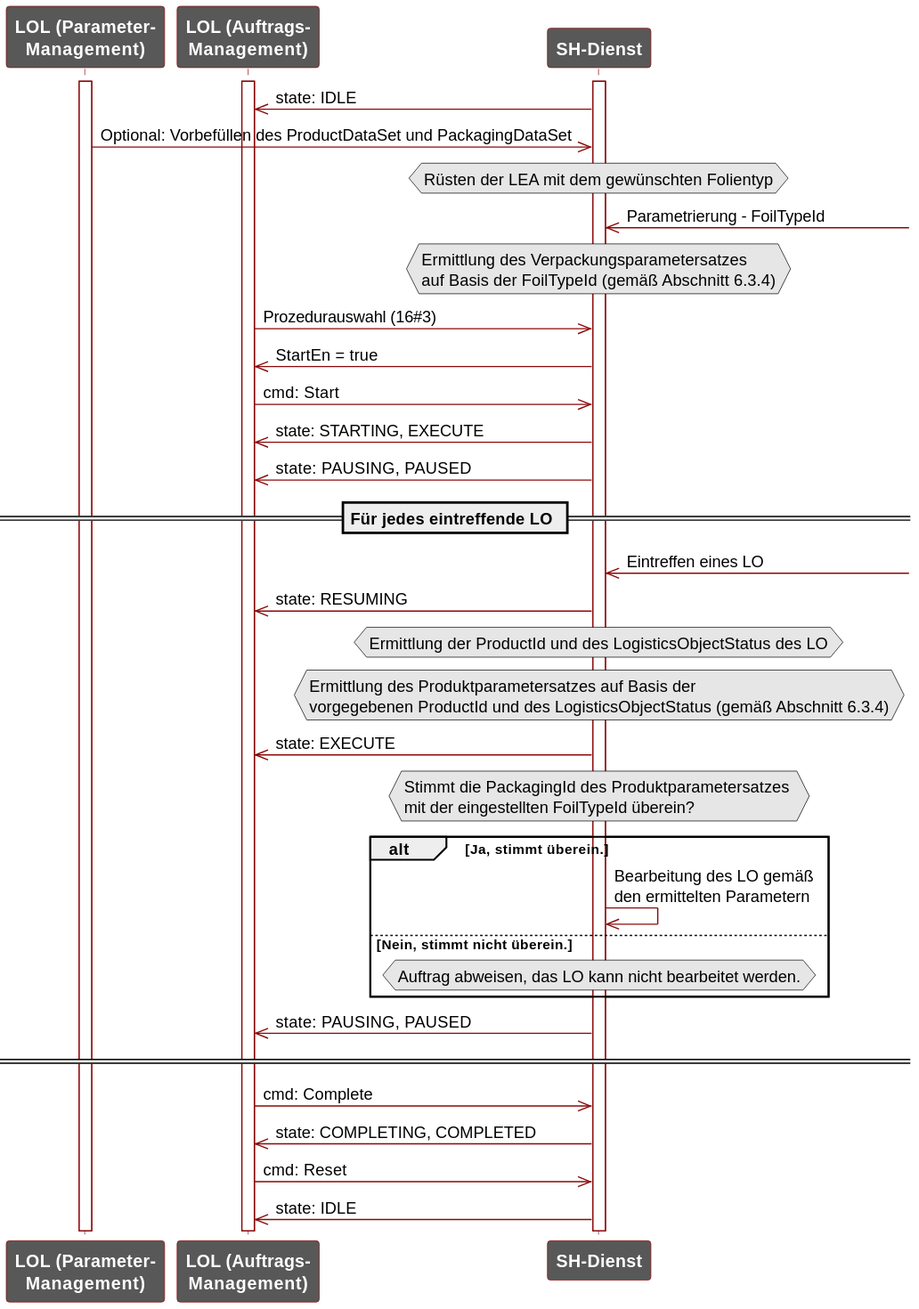
Blumi102/MTP4Logistics keeps this PlantUML diagram as 03_Logistics_Equipment_Assemblies/images/Arbeitsweise_SES_SH.svg. Above is the earlier version. Its diagram source:
```plantuml
@startuml
skinparam backgroundColor #FFFFFF

skinparam sequence {
ArrowColor #8A0808
LifeLineBorderColor #8A0808

ParticipantBorderColor #8A0808
ParticipantBackgroundColor #585858
ParticipantFontColor #FFFFFF
}

skinparam note {
borderColor #000000
backgroundColor #E6E6E6
}

participant "**LOL (Parameter-**\n**Management)**" as PM order 1
participant "**LOL (Auftrags-**\n**Management)**" as AM order 2
participant "**SH-Dienst**" as Service order 3


activate AM
activate PM
activate Service

Service ->> AM: state: IDLE
PM ->> Service: Optional: Vorbefüllen des ProductDataSet und PackagingDataSet

hnote over Service
Rüsten der LEA mit dem gewünschten Folientyp
end note

Service <<- : Parametrierung - FoilTypeId

hnote over Service
Ermittlung des Verpackungsparametersatzes
auf Basis der FoilTypeId (gemäß Abschnitt 6.3.4)
end note

AM ->> Service: Prozedurauswahl (16#3)

Service ->> AM: StartEn = true
AM ->> Service: cmd: Start

Service ->> AM: state: STARTING, EXECUTE
Service ->> AM: state: PAUSING, PAUSED

== Für jedes eintreffende LO ==

Service <<- : Eintreffen eines LO

Service ->> AM: state: RESUMING

hnote over Service
Ermittlung der ProductId und des LogisticsObjectStatus des LO
end note

hnote over Service
Ermittlung des Produktparametersatzes auf Basis der
vorgegebenen ProductId und des LogisticsObjectStatus (gemäß Abschnitt 6.3.4)
end note

Service ->> AM: state: EXECUTE

hnote over Service
Stimmt die PackagingId des Produktparametersatzes
mit der eingestellten FoilTypeId überein?
end note

alt Ja, stimmt überein.

Service ->> Service: Bearbeitung des LO gemäß\nden ermittelten Parametern

else Nein, stimmt nicht überein.

hnote over Service
Auftrag abweisen, das LO kann nicht bearbeitet werden.
end note

end

Service ->> AM: state: PAUSING, PAUSED
== ==

AM ->> Service: cmd: Complete

Service ->> AM: state: COMPLETING, COMPLETED

AM ->> Service: cmd: Reset

Service ->> AM: state: IDLE
@enduml
```
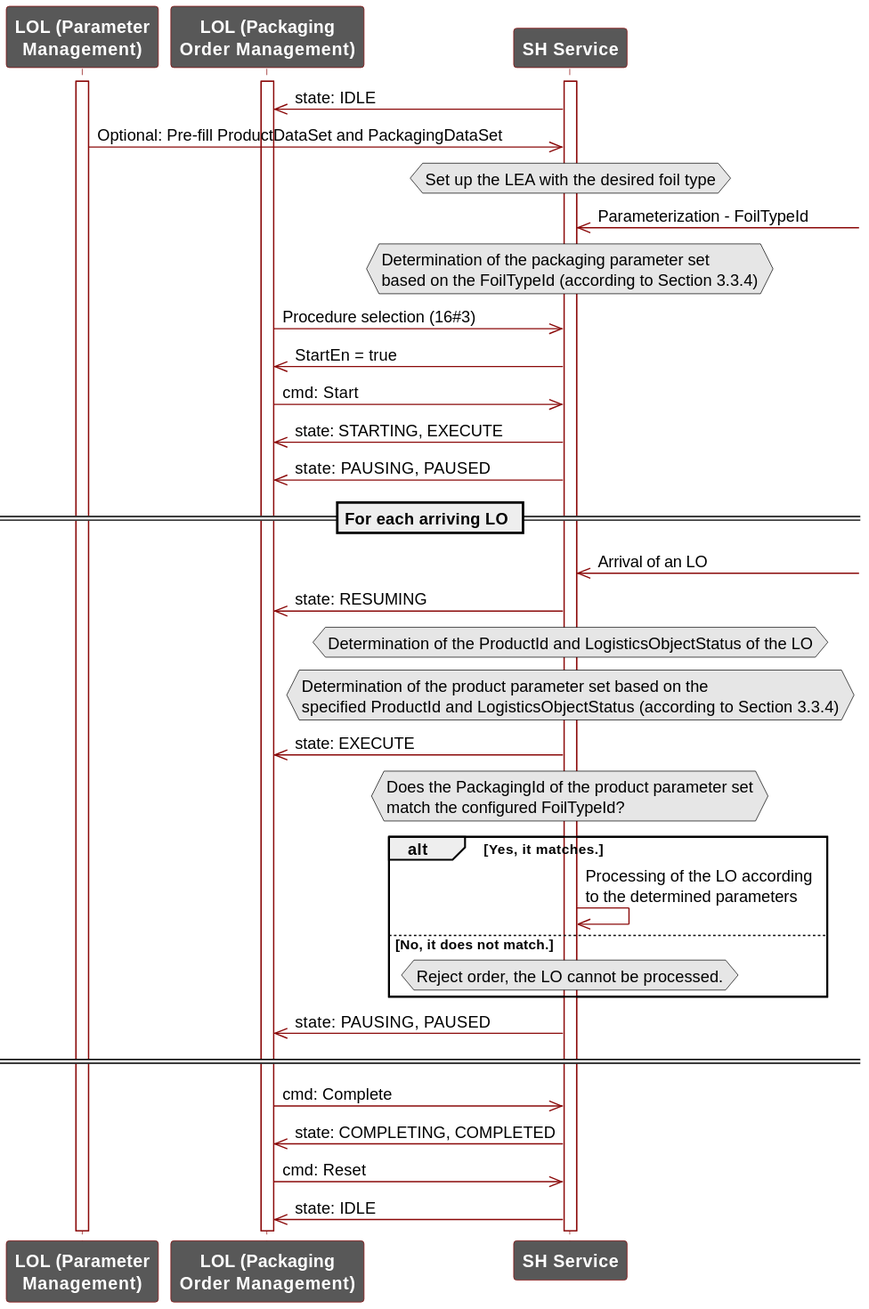
The same diagram one commit later.

Change to the diagram source:
```diff
@@ -15,9 +15,9 @@
 backgroundColor #E6E6E6
 }
 
-participant "**LOL (Parameter-**\n**Management)**" as PM order 1
-participant "**LOL (Auftrags-**\n**Management)**" as AM order 2
-participant "**SH-Dienst**" as Service order 3
+participant "**LOL (Parameter**\n**Management)**" as PM order 1
+participant "**LOL (Packaging**\n**Order Management)**" as AM order 2
+participant "**SH Service**" as Service order 3
 
 
 activate AM
@@ -25,20 +25,20 @@
 activate Service
 
 Service ->> AM: state: IDLE
-PM ->> Service: Optional: Vorbefüllen des ProductDataSet und PackagingDataSet
+PM ->> Service: Optional: Pre-fill ProductDataSet and PackagingDataSet
 
 hnote over Service
-Rüsten der LEA mit dem gewünschten Folientyp
+Set up the LEA with the desired foil type
 end note
 
-Service <<- : Parametrierung - FoilTypeId
+Service <<- : Parameterization - FoilTypeId
 
 hnote over Service
-Ermittlung des Verpackungsparametersatzes
-auf Basis der FoilTypeId (gemäß Abschnitt 6.3.4)
+Determination of the packaging parameter set
+based on the FoilTypeId (according to Section 3.3.4)
 end note
 
-AM ->> Service: Prozedurauswahl (16#3)
+AM ->> Service: Procedure selection (16#3)
 
 Service ->> AM: StartEn = true
 AM ->> Service: cmd: Start
@@ -46,36 +46,36 @@
 Service ->> AM: state: STARTING, EXECUTE
 Service ->> AM: state: PAUSING, PAUSED
 
-== Für jedes eintreffende LO ==
+== For each arriving LO ==
 
-Service <<- : Eintreffen eines LO
+Service <<- : Arrival of an LO
 
 Service ->> AM: state: RESUMING
 
 hnote over Service
-Ermittlung der ProductId und des LogisticsObjectStatus des LO
+Determination of the ProductId and LogisticsObjectStatus of the LO
 end note
 
 hnote over Service
-Ermittlung des Produktparametersatzes auf Basis der
-vorgegebenen ProductId und des LogisticsObjectStatus (gemäß Abschnitt 6.3.4)
+Determination of the product parameter set based on the
+specified ProductId and LogisticsObjectStatus (according to Section 3.3.4)
 end note
 
 Service ->> AM: state: EXECUTE
 
 hnote over Service
-Stimmt die PackagingId des Produktparametersatzes
-mit der eingestellten FoilTypeId überein?
+Does the PackagingId of the product parameter set
+match the configured FoilTypeId?
 end note
 
-alt Ja, stimmt überein.
+alt Yes, it matches.
 
-Service ->> Service: Bearbeitung des LO gemäß\nden ermittelten Parametern
+Service ->> Service: Processing of the LO according\nto the determined parameters
 
-else Nein, stimmt nicht überein.
+else No, it does not match.
 
 hnote over Service
-Auftrag abweisen, das LO kann nicht bearbeitet werden.
+Reject order, the LO cannot be processed.
 end note
 
 end
```
